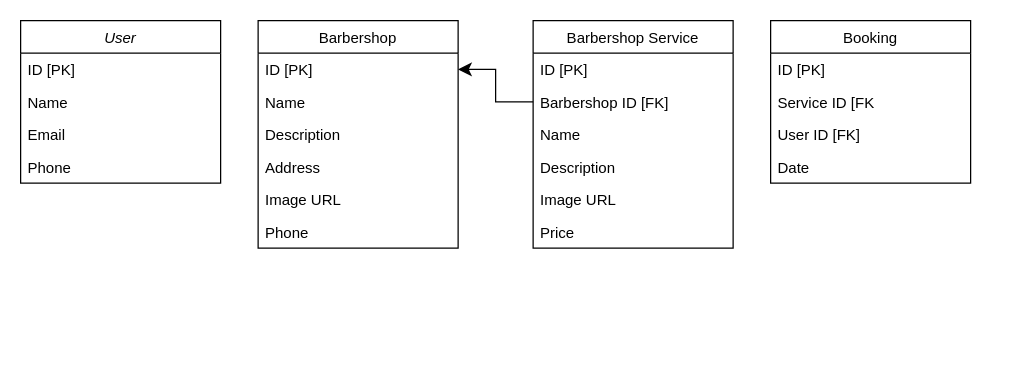
RaimisonMorais/liftt-barber keeps this draw.io diagram as src/liftt-barber.drawio. Above is the earlier version. Source tidied: cells renumbered, new cells numbered last; positions are measured from the earlier drawing's top-left corner, leaving out a move shared by most shapes. Both pictures are drawn from the tidied source at 125%, with x=0, y=0 at pixel (20, 20).
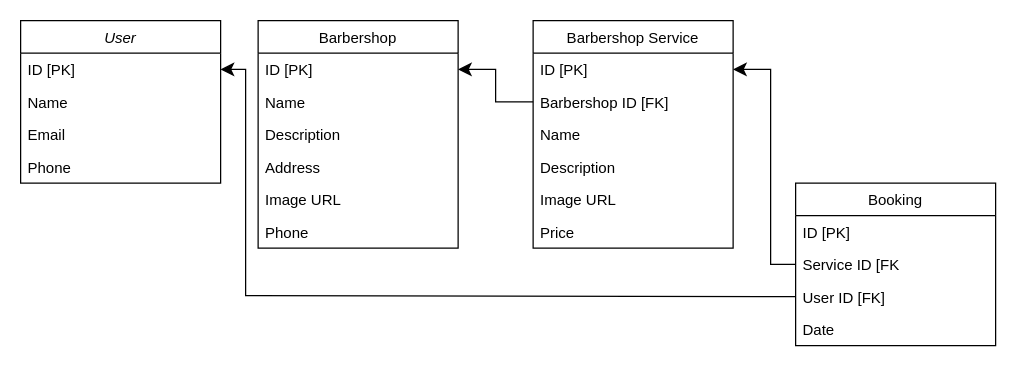
The same diagram, later.

The change refers to these unchanged cells:
```xml
<mxCell id="3" value="ID [PK]" style="text;align=left;verticalAlign=top;spacingLeft=4;spacingRight=4;overflow=hidden;points=[[0,0.5],[1,0.5]];portConstraint=eastwest;" parent="2" vertex="1">
  <mxGeometry y="26" width="160" height="26" as="geometry" />
</mxCell>
<mxCell id="16" value="Service ID [FK" style="text;align=left;verticalAlign=top;spacingLeft=4;spacingRight=4;overflow=hidden;points=[[0,0.5],[1,0.5]];portConstraint=eastwest;" parent="14" vertex="1">
  <mxGeometry y="52" width="160" height="26" as="geometry" />
</mxCell>
<mxCell id="17" value="User ID [FK]" style="text;align=left;verticalAlign=top;spacingLeft=4;spacingRight=4;overflow=hidden;points=[[0,0.5],[1,0.5]];portConstraint=eastwest;" parent="14" vertex="1">
  <mxGeometry y="78" width="160" height="26" as="geometry" />
</mxCell>
<mxCell id="20" value="ID [PK]" style="text;align=left;verticalAlign=top;spacingLeft=4;spacingRight=4;overflow=hidden;points=[[0,0.5],[1,0.5]];portConstraint=eastwest;rounded=0;shadow=0;html=0;" parent="19" vertex="1">
  <mxGeometry y="26" width="160" height="26" as="geometry" />
</mxCell>
```

What changed in the source:
```diff
@@
     <mxCell id="14" value="Booking" style="swimlane;fontStyle=0;align=center;verticalAlign=top;horizontal=1;startSize=26;rounded=0;shadow=0;strokeWidth=1;" parent="1" vertex="1">
-      <mxGeometry x="600" width="160" height="130" as="geometry" />
+      <mxGeometry x="620" y="130" width="160" height="130" as="geometry" />
     </mxCell>
@@
+    <mxCell id="27" style="edgeStyle=none;curved=0;rounded=0;jettySize=auto;html=1;fontSize=12;startSize=8;endSize=8;entryX=1;entryY=0.5;entryDx=0;entryDy=0;exitX=0;exitY=0.5;exitDx=0;exitDy=0;flowAnimation=0;" parent="1" edge="1" source="16" target="20">
+      <mxGeometry relative="1" as="geometry">
+        <Array as="points">
+          <mxPoint x="600" y="195" />
+          <mxPoint x="600" y="39" />
+        </Array>
+      </mxGeometry>
+    </mxCell>
+    <mxCell id="28" style="edgeStyle=none;curved=0;rounded=0;jettySize=auto;html=1;entryX=1;entryY=0.5;entryDx=0;entryDy=0;fontSize=12;startSize=8;endSize=8;flowAnimation=1;" parent="1" edge="1" source="17" target="3">
+      <mxGeometry relative="1" as="geometry">
+        <Array as="points">
+          <mxPoint x="180" y="220" />
+          <mxPoint x="180" y="39" />
+        </Array>
+      </mxGeometry>
+    </mxCell>
```
